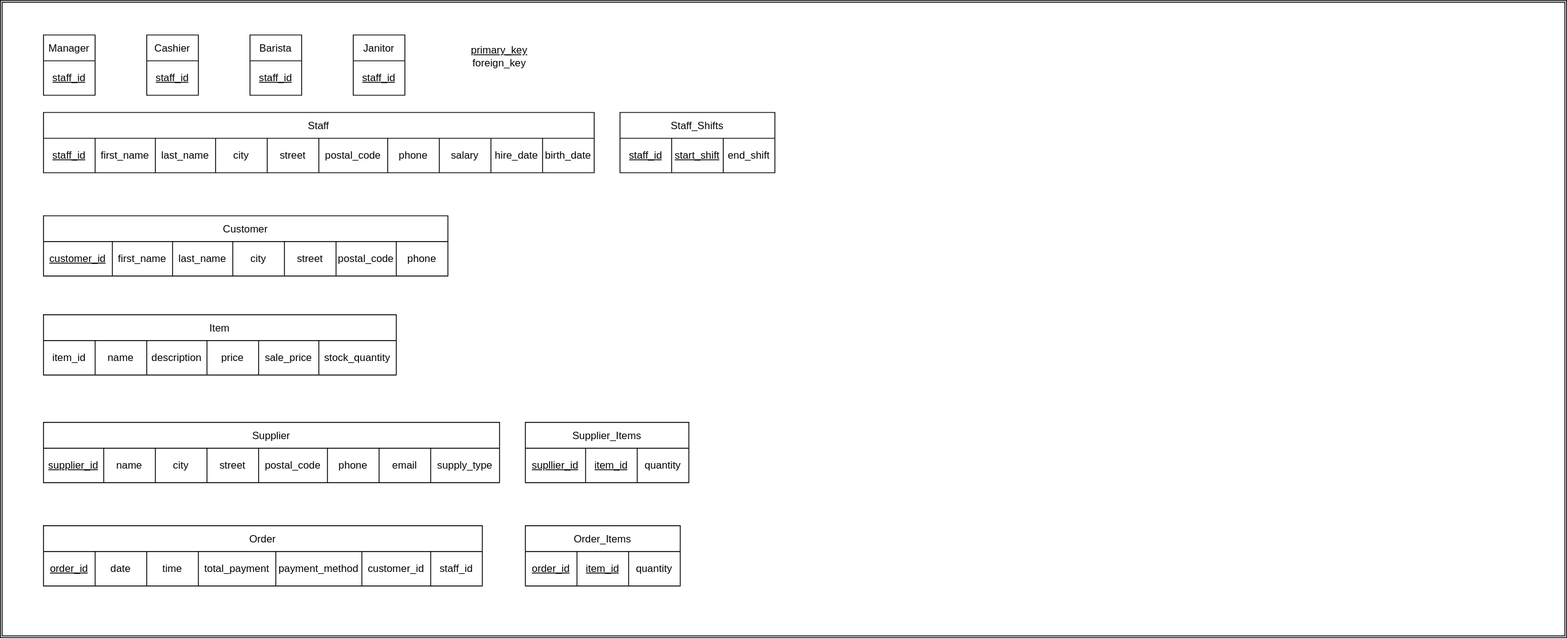
This is coffee_shop_table_3nf.svg from Rapithwin/coffe-shop-db, a draw.io export, as it was before one commit. Source tidied: cells renumbered, new cells last; positions are measured from the earlier drawing's top-left corner, leaving out a move shared by most shapes.
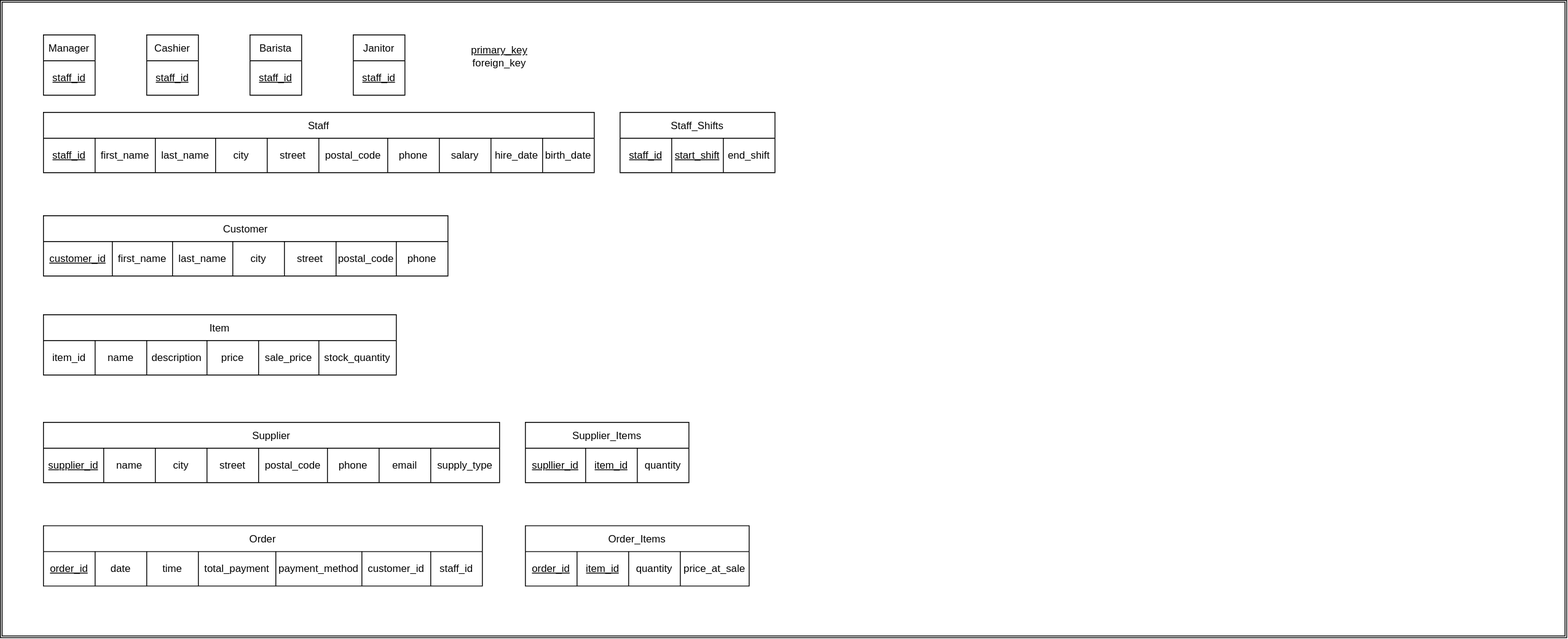
The same diagram one commit later.

Diff of the diagram source:
```diff
@@ -126,10 +126,10 @@
       <mxGeometry x="450" width="60" height="40" as="geometry" />
     </mxCell>
     <mxCell id="43" value="Order_Items" style="shape=table;startSize=30;fixedHeader=1;" parent="1" vertex="1">
-      <mxGeometry x="610" y="610" width="180" height="70" as="geometry" />
+      <mxGeometry x="610" y="610" width="260" height="70" as="geometry" />
     </mxCell>
     <mxCell id="44" style="shape=tableRow;horizontal=0;startSize=0;swimlaneHead=0;swimlaneBody=0;strokeColor=inherit;top=0;left=0;bottom=0;right=0;fillColor=none;fixedHeader=1;" parent="43" vertex="1">
-      <mxGeometry y="30" width="180" height="40" as="geometry" />
+      <mxGeometry y="30" width="260" height="40" as="geometry" />
     </mxCell>
     <mxCell id="45" value="&lt;u style=&quot;color: light-dark(rgb(0, 0, 0), rgb(255, 0, 0));&quot;&gt;order_id&lt;/u&gt;" style="shape=partialRectangle;html=1;whiteSpace=wrap;strokeColor=inherit;overflow=hidden;fillColor=none;top=0;left=0;bottom=0;right=0;" parent="44" vertex="1">
       <mxGeometry width="60" height="40" as="geometry" />
@@ -140,6 +140,9 @@
     <mxCell id="47" value="quantity" style="shape=partialRectangle;html=1;whiteSpace=wrap;strokeColor=inherit;overflow=hidden;fillColor=none;top=0;left=0;bottom=0;right=0;" parent="44" vertex="1">
       <mxGeometry x="120" width="60" height="40" as="geometry" />
     </mxCell>
+    <mxCell id="79" value="price_at_sale" style="shape=partialRectangle;html=1;whiteSpace=wrap;strokeColor=inherit;overflow=hidden;fillColor=none;top=0;left=0;bottom=0;right=0;" parent="44" vertex="1">
+      <mxGeometry x="180" width="80" height="40" as="geometry" />
+    </mxCell>
     <mxCell id="48" value="Item" style="shape=table;startSize=30;fixedHeader=1;" parent="1" vertex="1">
       <mxGeometry x="50" y="365" width="410" height="70" as="geometry" />
     </mxCell>
```
